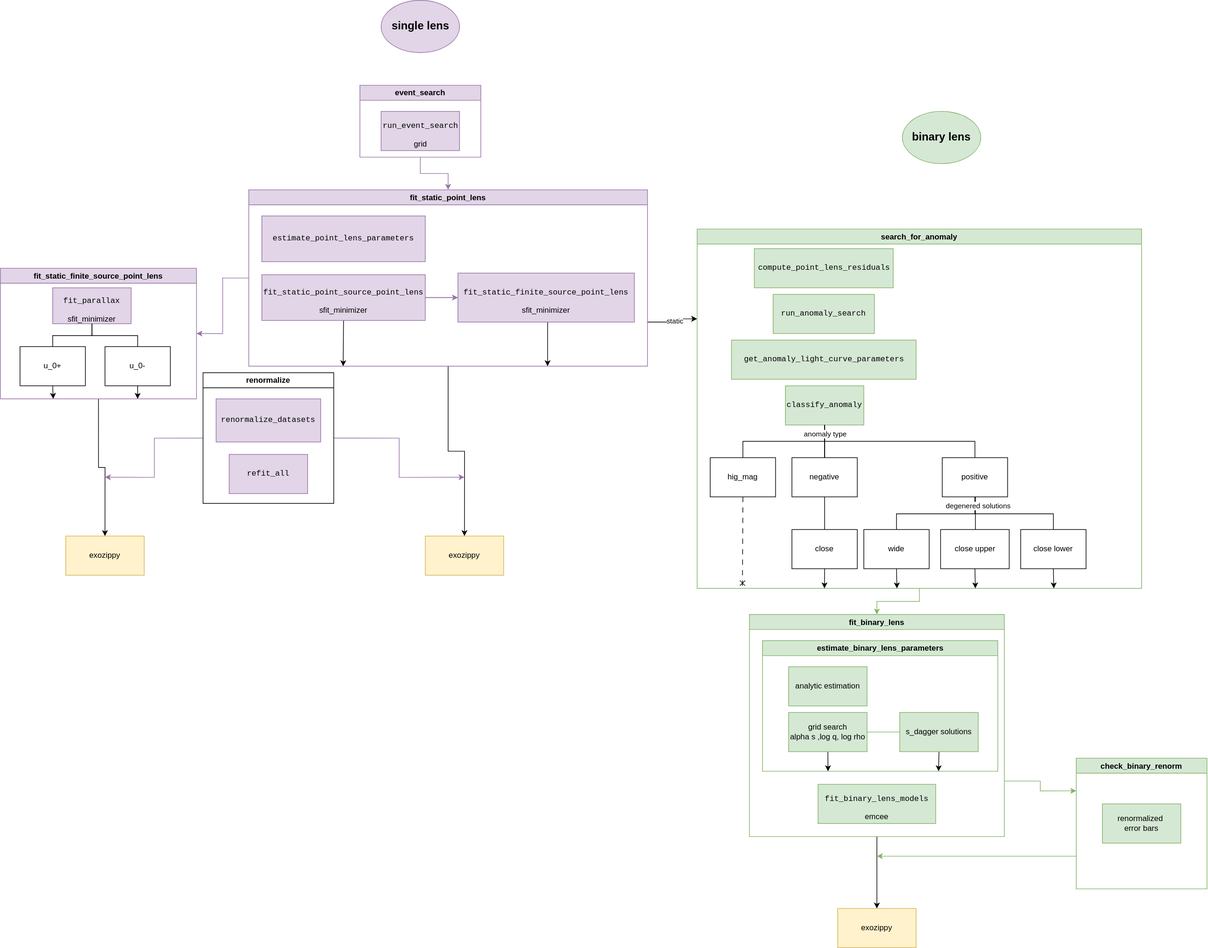
Earlier version of the draw.io export documents/workflow.svg (jenniferyee/MMEXOFAST). Source tidied: cells renumbered, new cells last; positions are measured from the earlier drawing's top-left corner, leaving out a move shared by most shapes.
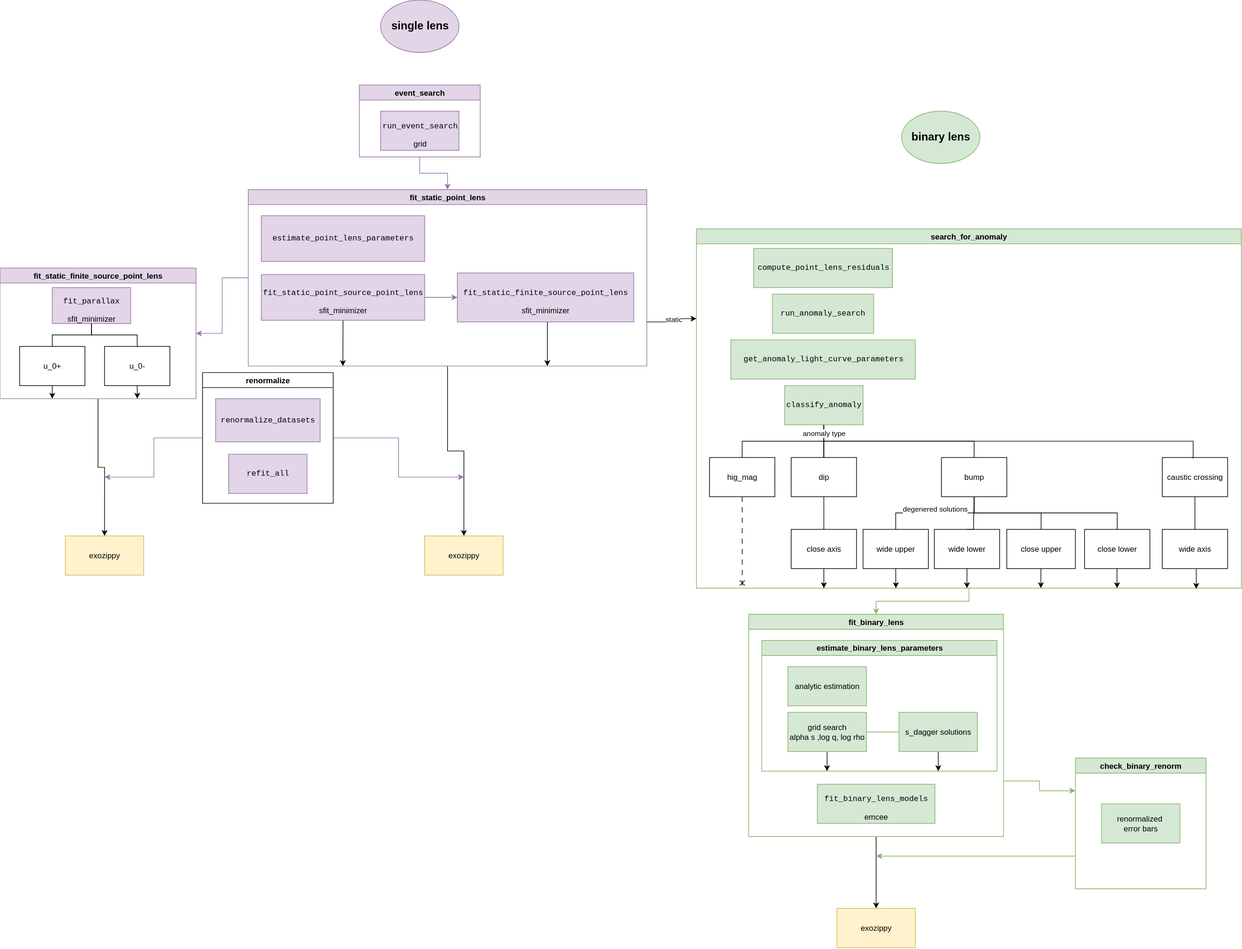
Above is the later version.

Commit message:
Refactor code structure graph

Diff of the diagram source:
```diff
@@ -86,7 +86,7 @@
       <mxGeometry relative="1" as="geometry" />
     </mxCell>
     <mxCell id="27" value="search_for_anomaly" style="swimlane;startSize=23;fillColor=#d5e8d4;strokeColor=#82b366;" parent="1" vertex="1">
-      <mxGeometry x="1066" y="350" width="680" height="550" as="geometry" />
+      <mxGeometry x="1066" y="350" width="834" height="550" as="geometry" />
     </mxCell>
     <mxCell id="28" value="&lt;pre&gt;compute_point_lens_residuals&lt;/pre&gt;" style="whiteSpace=wrap;html=1;align=center;newEdgeStyle={&quot;edgeStyle&quot;:&quot;elbowEdgeStyle&quot;,&quot;startArrow&quot;:&quot;none&quot;,&quot;endArrow&quot;:&quot;none&quot;};fillColor=#d5e8d4;strokeColor=#82b366;" parent="27" vertex="1">
       <mxGeometry x="87.5" y="30" width="212.5" height="60" as="geometry" />
@@ -127,7 +127,7 @@
     <mxCell id="38" style="edgeStyle=elbowEdgeStyle;rounded=0;jettySize=auto;html=1;elbow=vertical;startArrow=none;endArrow=none;" parent="27" edge="1" source="39" target="54">
       <mxGeometry relative="1" as="geometry" />
     </mxCell>
-    <mxCell id="39" value="negative" style="whiteSpace=wrap;html=1;align=center;verticalAlign=middle;newEdgeStyle={&quot;edgeStyle&quot;:&quot;elbowEdgeStyle&quot;,&quot;startArrow&quot;:&quot;none&quot;,&quot;endArrow&quot;:&quot;none&quot;};" parent="27" vertex="1">
+    <mxCell id="39" value="dip" style="whiteSpace=wrap;html=1;align=center;verticalAlign=middle;newEdgeStyle={&quot;edgeStyle&quot;:&quot;elbowEdgeStyle&quot;,&quot;startArrow&quot;:&quot;none&quot;,&quot;endArrow&quot;:&quot;none&quot;};" parent="27" vertex="1">
       <mxGeometry x="145" y="350" width="100" height="60" as="geometry" />
     </mxCell>
     <mxCell id="40" style="edgeStyle=elbowEdgeStyle;elbow=vertical;sourcePerimeterSpacing=0;targetPerimeterSpacing=0;startArrow=none;endArrow=none;rounded=0;curved=0;" parent="27" edge="1" target="43">
@@ -141,7 +141,7 @@
     <mxCell id="42" style="edgeStyle=elbowEdgeStyle;rounded=0;jettySize=auto;html=1;startArrow=none;endArrow=none;entryX=0.5;entryY=0;entryDx=0;entryDy=0;" parent="27" edge="1" source="43" target="48">
       <mxGeometry relative="1" as="geometry" />
     </mxCell>
-    <mxCell id="43" value="positive" style="whiteSpace=wrap;html=1;align=center;verticalAlign=middle;newEdgeStyle={&quot;edgeStyle&quot;:&quot;elbowEdgeStyle&quot;,&quot;startArrow&quot;:&quot;none&quot;,&quot;endArrow&quot;:&quot;none&quot;};" parent="27" vertex="1">
+    <mxCell id="43" value="bump" style="whiteSpace=wrap;html=1;align=center;verticalAlign=middle;newEdgeStyle={&quot;edgeStyle&quot;:&quot;elbowEdgeStyle&quot;,&quot;startArrow&quot;:&quot;none&quot;,&quot;endArrow&quot;:&quot;none&quot;};" parent="27" vertex="1">
       <mxGeometry x="375" y="350" width="100" height="60" as="geometry" />
     </mxCell>
     <mxCell id="44" style="edgeStyle=elbowEdgeStyle;rounded=0;jettySize=auto;html=1;startArrow=none;endArrow=classic;exitX=0.5;exitY=1;exitDx=0;exitDy=0;endFill=1;" parent="27" edge="1" source="45">
@@ -149,42 +149,73 @@
         <mxPoint x="305" y="550" as="targetPoint" />
       </mxGeometry>
     </mxCell>
-    <mxCell id="45" value="wide" style="whiteSpace=wrap;html=1;align=center;verticalAlign=middle;newEdgeStyle={&quot;edgeStyle&quot;:&quot;elbowEdgeStyle&quot;,&quot;startArrow&quot;:&quot;none&quot;,&quot;endArrow&quot;:&quot;none&quot;};" parent="27" vertex="1">
+    <mxCell id="45" value="wide upper" style="whiteSpace=wrap;html=1;align=center;verticalAlign=middle;newEdgeStyle={&quot;edgeStyle&quot;:&quot;elbowEdgeStyle&quot;,&quot;startArrow&quot;:&quot;none&quot;,&quot;endArrow&quot;:&quot;none&quot;};" parent="27" vertex="1">
       <mxGeometry x="255" y="460" width="100" height="60" as="geometry" />
     </mxCell>
     <mxCell id="46" style="edgeStyle=elbowEdgeStyle;elbow=vertical;sourcePerimeterSpacing=0;targetPerimeterSpacing=0;startArrow=none;endArrow=none;rounded=0;curved=0;exitX=0.5;exitY=1;exitDx=0;exitDy=0;" parent="27" edge="1" source="43" target="45">
       <mxGeometry relative="1" as="geometry" />
     </mxCell>
-    <mxCell id="47" style="edgeStyle=elbowEdgeStyle;rounded=0;jettySize=auto;html=1;startArrow=none;endArrow=classic;exitX=0.5;exitY=1;exitDx=0;exitDy=0;endFill=1;" parent="27" edge="1" source="48">
-      <mxGeometry relative="1" as="geometry">
-        <mxPoint x="425" y="550" as="targetPoint" />
-      </mxGeometry>
-    </mxCell>
     <mxCell id="48" value="close upper" style="whiteSpace=wrap;html=1;align=center;newEdgeStyle={&quot;edgeStyle&quot;:&quot;elbowEdgeStyle&quot;,&quot;startArrow&quot;:&quot;none&quot;,&quot;endArrow&quot;:&quot;none&quot;};" parent="27" vertex="1">
-      <mxGeometry x="372.5" y="460" width="105" height="60" as="geometry" />
+      <mxGeometry x="475" y="460" width="105" height="60" as="geometry" />
     </mxCell>
-    <mxCell id="49" style="edgeStyle=elbowEdgeStyle;rounded=0;jettySize=auto;html=1;startArrow=none;endArrow=classic;exitX=0.5;exitY=1;exitDx=0;exitDy=0;endFill=1;" parent="27" edge="1" source="50">
-      <mxGeometry relative="1" as="geometry">
-        <mxPoint x="545" y="550" as="targetPoint" />
-      </mxGeometry>
-    </mxCell>
     <mxCell id="50" value="close lower" style="whiteSpace=wrap;html=1;align=center;verticalAlign=middle;newEdgeStyle={&quot;edgeStyle&quot;:&quot;elbowEdgeStyle&quot;,&quot;startArrow&quot;:&quot;none&quot;,&quot;endArrow&quot;:&quot;none&quot;};" parent="27" vertex="1">
-      <mxGeometry x="495" y="460" width="100" height="60" as="geometry" />
+      <mxGeometry x="594" y="460" width="100" height="60" as="geometry" />
     </mxCell>
     <mxCell id="51" style="edgeStyle=elbowEdgeStyle;elbow=vertical;sourcePerimeterSpacing=0;targetPerimeterSpacing=0;startArrow=none;endArrow=none;rounded=0;curved=0;exitX=0.5;exitY=1;exitDx=0;exitDy=0;" parent="27" edge="1" source="43" target="50">
       <mxGeometry relative="1" as="geometry" />
     </mxCell>
     <mxCell id="52" value="degenered solutions" style="edgeLabel;html=1;align=center;verticalAlign=middle;" parent="51" vertex="1">
-      <mxGeometry x="-0.86" y="4" relative="1" as="geometry" />
+      <mxGeometry x="-0.86" y="4" relative="1" as="geometry">
+        <mxPoint x="-64" as="offset" />
+      </mxGeometry>
     </mxCell>
     <mxCell id="53" style="edgeStyle=elbowEdgeStyle;rounded=0;jettySize=auto;html=1;startArrow=none;endArrow=classic;exitX=0.5;exitY=1;exitDx=0;exitDy=0;endFill=1;" parent="27" edge="1" source="54">
       <mxGeometry relative="1" as="geometry">
         <mxPoint x="195" y="550" as="targetPoint" />
       </mxGeometry>
     </mxCell>
-    <mxCell id="54" value="close" style="whiteSpace=wrap;html=1;align=center;verticalAlign=middle;newEdgeStyle={&quot;edgeStyle&quot;:&quot;elbowEdgeStyle&quot;,&quot;startArrow&quot;:&quot;none&quot;,&quot;endArrow&quot;:&quot;none&quot;};" parent="27" vertex="1">
+    <mxCell id="54" value="close axis" style="whiteSpace=wrap;html=1;align=center;verticalAlign=middle;newEdgeStyle={&quot;edgeStyle&quot;:&quot;elbowEdgeStyle&quot;,&quot;startArrow&quot;:&quot;none&quot;,&quot;endArrow&quot;:&quot;none&quot;};" parent="27" vertex="1">
       <mxGeometry x="145" y="460" width="100" height="60" as="geometry" />
     </mxCell>
+    <mxCell id="79" value="wide lower" style="whiteSpace=wrap;html=1;align=center;verticalAlign=middle;newEdgeStyle={&quot;edgeStyle&quot;:&quot;elbowEdgeStyle&quot;,&quot;startArrow&quot;:&quot;none&quot;,&quot;endArrow&quot;:&quot;none&quot;};" parent="27" vertex="1">
+      <mxGeometry x="364" y="460" width="100" height="60" as="geometry" />
+    </mxCell>
+    <mxCell id="80" style="endArrow=classic;html=1;rounded=0;exitX=0.5;exitY=1;exitDx=0;exitDy=0;" parent="27" edge="1">
+      <mxGeometry relative="1" as="geometry">
+        <mxPoint x="527.2" y="520" as="sourcePoint" />
+        <mxPoint x="527.2" y="550" as="targetPoint" />
+      </mxGeometry>
+    </mxCell>
+    <mxCell id="81" style="endArrow=classic;html=1;rounded=0;exitX=0.5;exitY=1;exitDx=0;exitDy=0;" parent="27" edge="1">
+      <mxGeometry relative="1" as="geometry">
+        <mxPoint x="643.7" y="520" as="sourcePoint" />
+        <mxPoint x="643.7" y="550" as="targetPoint" />
+      </mxGeometry>
+    </mxCell>
+    <mxCell id="82" style="edgeStyle=elbowEdgeStyle;rounded=0;jettySize=auto;html=1;startArrow=none;endArrow=none;entryX=0.5;entryY=0;entryDx=0;entryDy=0;exitX=0.5;exitY=1;exitDx=0;exitDy=0;" parent="27" edge="1" source="43" target="79">
+      <mxGeometry relative="1" as="geometry">
+        <Array as="points">
+          <mxPoint x="424" y="430" />
+        </Array>
+      </mxGeometry>
+    </mxCell>
+    <mxCell id="83" value="caustic crossing" style="whiteSpace=wrap;html=1;align=center;verticalAlign=middle;newEdgeStyle={&quot;edgeStyle&quot;:&quot;elbowEdgeStyle&quot;,&quot;startArrow&quot;:&quot;none&quot;,&quot;endArrow&quot;:&quot;none&quot;};" parent="27" vertex="1">
+      <mxGeometry x="713" y="350" width="100" height="60" as="geometry" />
+    </mxCell>
+    <mxCell id="84" style="edgeStyle=elbowEdgeStyle;rounded=0;jettySize=auto;html=1;startArrow=none;endArrow=none;exitX=0.5;exitY=1;exitDx=0;exitDy=0;entryX=0.463;entryY=0.012;entryDx=0;entryDy=0;entryPerimeter=0;" parent="27" edge="1" target="83">
+      <mxGeometry relative="1" as="geometry">
+        <mxPoint x="195" y="325" as="sourcePoint" />
+        <Array as="points">
+          <mxPoint x="760.3" y="340" />
+        </Array>
+      </mxGeometry>
+    </mxCell>
+    <mxCell id="85" value="wide axis" style="whiteSpace=wrap;html=1;align=center;verticalAlign=middle;newEdgeStyle={&quot;edgeStyle&quot;:&quot;elbowEdgeStyle&quot;,&quot;startArrow&quot;:&quot;none&quot;,&quot;endArrow&quot;:&quot;none&quot;};" parent="27" vertex="1">
+      <mxGeometry x="713" y="460" width="100" height="60" as="geometry" />
+    </mxCell>
+    <mxCell id="86" style="endArrow=none;html=1;rounded=0;entryX=0.5;entryY=1;entryDx=0;entryDy=0;" parent="27" edge="1" source="85" target="83">
+      <mxGeometry relative="1" as="geometry" />
+    </mxCell>
     <mxCell id="55" style="edgeStyle=orthogonalEdgeStyle;rounded=0;jettySize=auto;html=1;exitX=0.5;exitY=1;exitDx=0;exitDy=0;" parent="1" edge="1" source="57" target="69">
       <mxGeometry relative="1" as="geometry" />
     </mxCell>
@@ -265,5 +296,16 @@
     <mxCell id="78" value="&lt;b&gt;&lt;font style=&quot;font-size: 17px;&quot;&gt;binary lens&lt;/font&gt;&lt;/b&gt;" style="ellipse;whiteSpace=wrap;html=1;fillColor=#d5e8d4;strokeColor=#82b366;" parent="1" vertex="1">
       <mxGeometry x="1380" y="170" width="120" height="80" as="geometry" />
     </mxCell>
+    <mxCell id="87" style="endArrow=classic;html=1;rounded=0;exitX=0.5;exitY=1;exitDx=0;exitDy=0;" parent="1" edge="1" source="79">
+      <mxGeometry relative="1" as="geometry">
+        <mxPoint x="1480" y="900" as="targetPoint" />
+      </mxGeometry>
+    </mxCell>
+    <mxCell id="88" style="endArrow=classic;html=1;rounded=0;exitX=0.5;exitY=1;exitDx=0;exitDy=0;" parent="1" edge="1">
+      <mxGeometry relative="1" as="geometry">
+        <mxPoint x="1831" y="871" as="sourcePoint" />
+        <mxPoint x="1831" y="901" as="targetPoint" />
+      </mxGeometry>
+    </mxCell>
   </root>
 </mxGraphModel>
```
